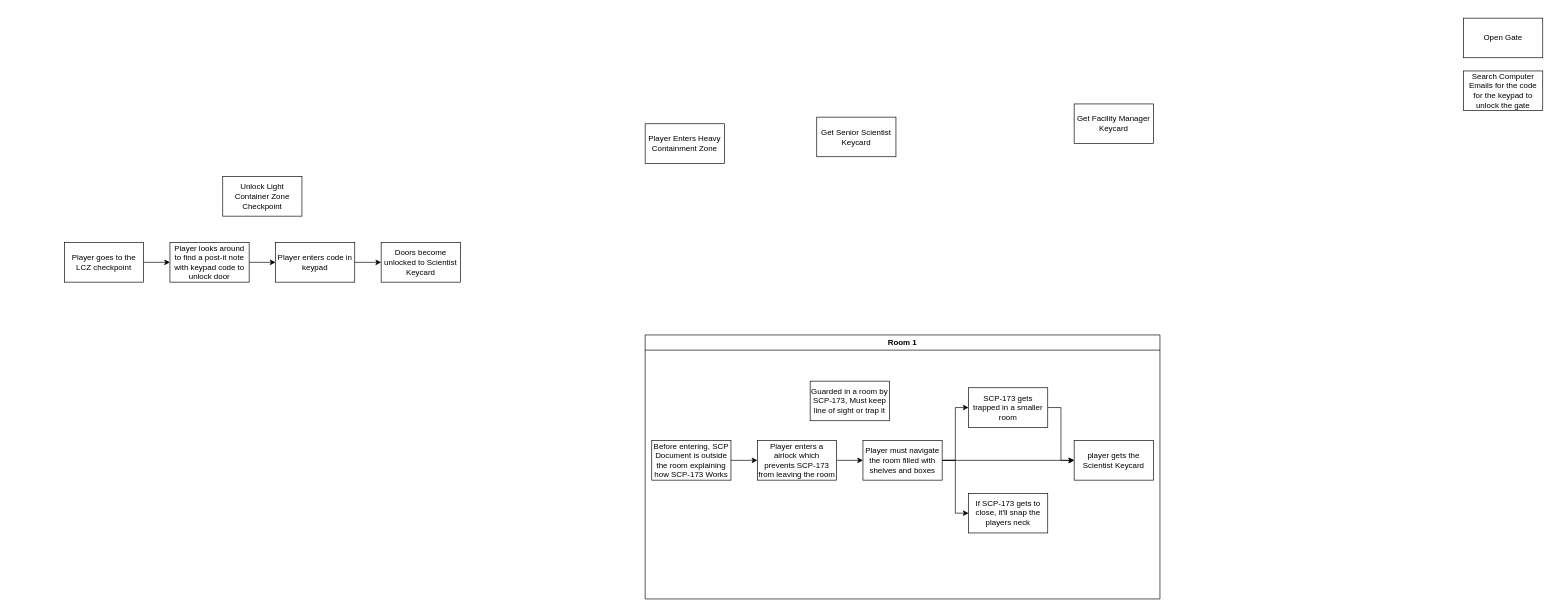
The draw.io diagram Assets/Scenes/Test Scenes/Puzzle Design Document.drawio in Mysterion83/GamesDesignAssessment, before the edit. Source tidied: cells renumbered, new cells numbered last; positions are measured from the earlier drawing's top-left corner, leaving out a move shared by most shapes. Both pictures are drawn from the tidied source at 66%, with x=0, y=0 at pixel (64, 18).
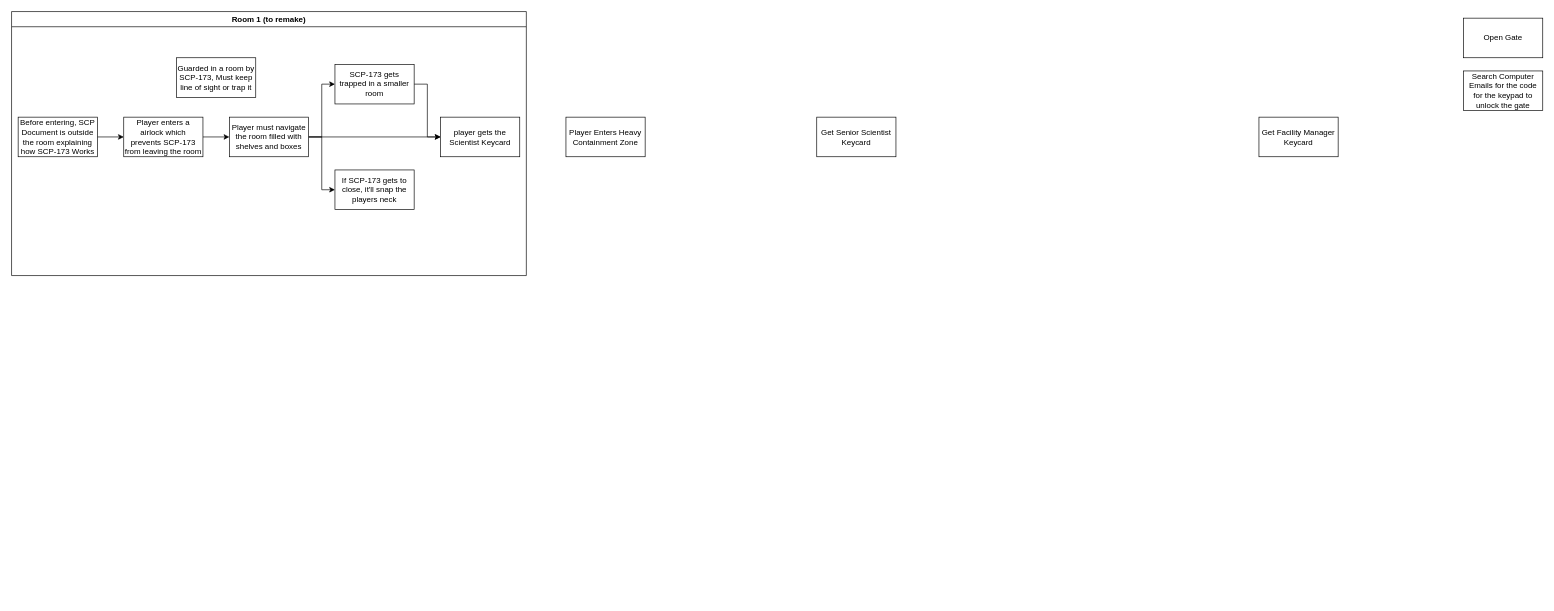
The same diagram, later.

Diff of the diagram source:
```diff
@@
     <mxCell id="3" value="Get Facility Manager Keycard" style="rounded=0;whiteSpace=wrap;html=1;" parent="1" vertex="1">
-      <mxGeometry x="1530" y="130" width="120" height="60" as="geometry" />
+      <mxGeometry x="1810" y="150" width="120" height="60" as="geometry" />
     </mxCell>
@@
-    <mxCell id="5" value="Unlock Light Container Zone Checkpoint" style="rounded=0;whiteSpace=wrap;html=1;" parent="1" vertex="1">
-      <mxGeometry x="240" y="240" width="120" height="60" as="geometry" />
-    </mxCell>
-    <mxCell id="6" style="edgeStyle=orthogonalEdgeStyle;rounded=0;jettySize=auto;html=1;" parent="1" edge="1" source="7" target="9">
-      <mxGeometry relative="1" as="geometry" />
-    </mxCell>
-    <mxCell id="7" value="Player goes to the LCZ checkpoint" style="rounded=0;whiteSpace=wrap;html=1;" parent="1" vertex="1">
-      <mxGeometry y="340" width="120" height="60" as="geometry" />
-    </mxCell>
-    <mxCell id="8" style="edgeStyle=orthogonalEdgeStyle;rounded=0;jettySize=auto;html=1;" parent="1" edge="1" source="9" target="11">
-      <mxGeometry relative="1" as="geometry" />
-    </mxCell>
-    <mxCell id="9" value="Player looks around to find a post-it note with keypad code to unlock door" style="rounded=0;whiteSpace=wrap;html=1;" parent="1" vertex="1">
-      <mxGeometry x="160" y="340" width="120" height="60" as="geometry" />
-    </mxCell>
-    <mxCell id="10" style="edgeStyle=orthogonalEdgeStyle;rounded=0;jettySize=auto;html=1;" parent="1" edge="1" source="11" target="12">
-      <mxGeometry relative="1" as="geometry" />
-    </mxCell>
-    <mxCell id="11" value="Player enters code in keypad" style="rounded=0;whiteSpace=wrap;html=1;" parent="1" vertex="1">
-      <mxGeometry x="320" y="340" width="120" height="60" as="geometry" />
-    </mxCell>
-    <mxCell id="12" value="Doors become unlocked to Scientist Keycard" style="rounded=0;whiteSpace=wrap;html=1;" parent="1" vertex="1">
-      <mxGeometry x="480" y="340" width="120" height="60" as="geometry" />
-    </mxCell>
     <mxCell id="13" value="Player Enters Heavy Containment Zone" style="rounded=0;whiteSpace=wrap;html=1;" parent="1" vertex="1">
-      <mxGeometry x="880" y="160" width="120" height="60" as="geometry" />
+      <mxGeometry x="760" y="150" width="120" height="60" as="geometry" />
     </mxCell>
@@
-    <mxCell id="15" value="Room 1" style="swimlane;whiteSpace=wrap;html=1;" parent="1" vertex="1">
-      <mxGeometry x="880" y="480" width="780" height="400" as="geometry" />
+    <mxCell id="15" value="Room 1 (to remake&lt;span style=&quot;background-color: initial;&quot;&gt;)&lt;/span&gt;" style="swimlane;whiteSpace=wrap;html=1;" parent="1" vertex="1">
+      <mxGeometry x="-80" y="-10" width="780" height="400" as="geometry" />
     </mxCell>
```
